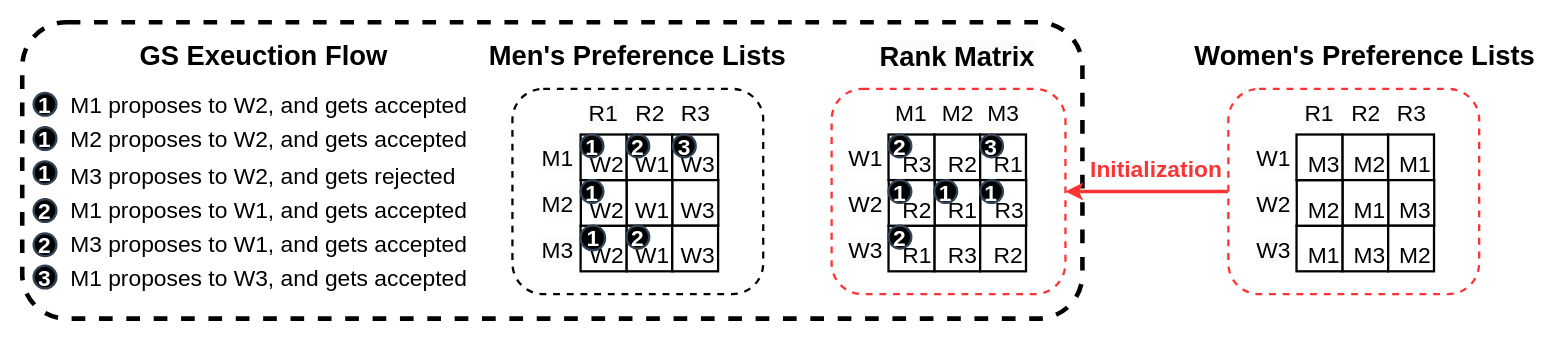
The draw.io diagram newGSExec.drawio in victorliu-sq/BambooSMP-Figures, before the edit. Source tidied: cells renumbered, new cells numbered last; positions are measured from the earlier drawing's top-left corner, leaving out a move shared by most shapes. Both pictures are drawn from the tidied source at 114%, with x=0, y=0 at pixel (22, 22).
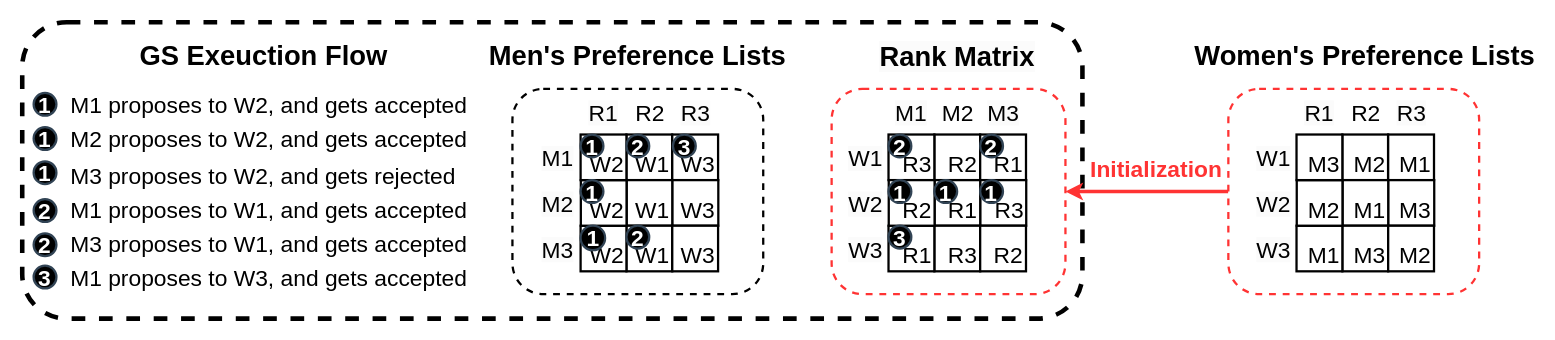
After the change.

Diff of the diagram source:
```diff
@@
-    <mxCell id="55" value="2" style="ellipse;whiteSpace=wrap;html=1;strokeColor=#314354;align=center;verticalAlign=middle;fontFamily=Helvetica;fontSize=20;fillColor=#000000;fontColor=#ffffff;fontStyle=1;strokeWidth=2;" parent="1" vertex="1">
+    <mxCell id="55" value="3" style="ellipse;whiteSpace=wrap;html=1;strokeColor=#314354;align=center;verticalAlign=middle;fontFamily=Helvetica;fontSize=20;fillColor=#000000;fontColor=#ffffff;fontStyle=1;strokeWidth=2;" parent="1" vertex="1">
       <mxGeometry x="759.9" y="178.5" width="20" height="20" as="geometry" />
     </mxCell>
@@
-    <mxCell id="59" value="3" style="ellipse;whiteSpace=wrap;html=1;strokeColor=#314354;align=center;verticalAlign=middle;fontFamily=Helvetica;fontSize=20;fillColor=#000000;fontColor=#ffffff;fontStyle=1;strokeWidth=2;" parent="1" vertex="1">
+    <mxCell id="59" value="2" style="ellipse;whiteSpace=wrap;html=1;strokeColor=#314354;align=center;verticalAlign=middle;fontFamily=Helvetica;fontSize=20;fillColor=#000000;fontColor=#ffffff;fontStyle=1;strokeWidth=2;" parent="1" vertex="1">
       <mxGeometry x="840.3" y="98.5" width="20" height="20" as="geometry" />
     </mxCell>
```
